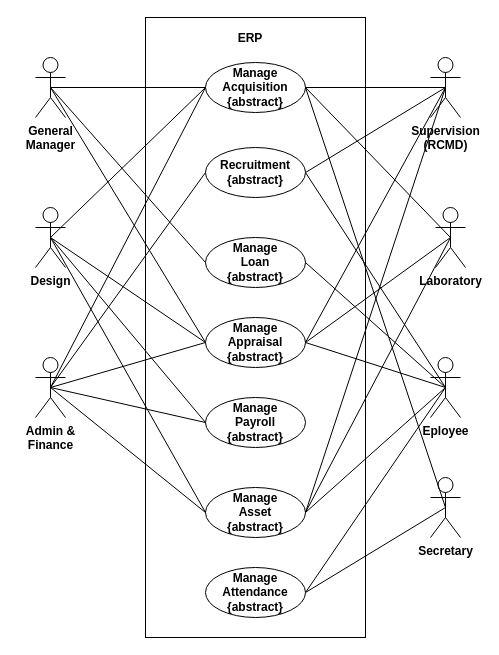
Simonbelete/odoo-modules keeps this draw.io diagram as stadia/system-documentation/usecases/top_level_usecase.drawio. Above is the earlier version. Source tidied: cells renumbered, new cells numbered last; positions are measured from the earlier drawing's top-left corner, leaving out a move shared by most shapes. Both pictures are drawn from the tidied source at 100%, with x=0, y=0 at pixel (35, 17).
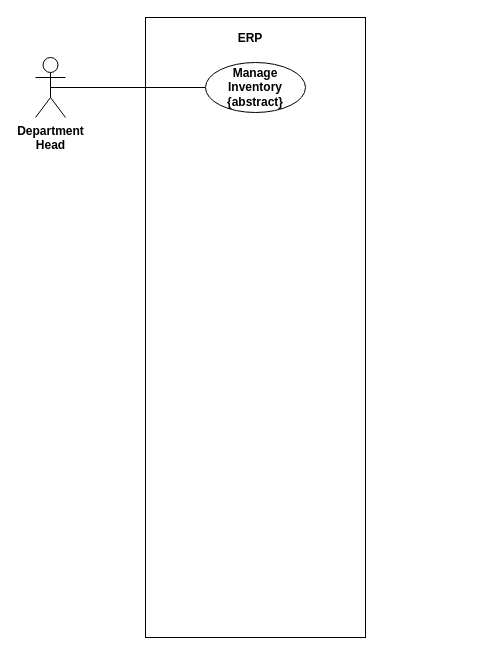
The same page after the edit.

Commit message (it also covers changes not shown here):
docs(stadia srs): manage inventory in ch2

Diff of the diagram source:
```diff
@@
-    <mxCell id="5" value="General&lt;br&gt;Manager" style="shape=umlActor;verticalLabelPosition=bottom;labelBackgroundColor=#ffffff;verticalAlign=top;html=1;outlineConnect=0;fontStyle=1;" parent="1" vertex="1">
+    <mxCell id="5" value="Department &lt;br&gt;Head" style="shape=umlActor;verticalLabelPosition=bottom;labelBackgroundColor=#ffffff;verticalAlign=top;html=1;outlineConnect=0;fontStyle=1;" parent="1" vertex="1">
       <mxGeometry y="40" width="30" height="60" as="geometry" />
     </mxCell>
-    <mxCell id="6" value="Manage Acquisition&lt;br&gt;{abstract}" style="ellipse;whiteSpace=wrap;html=1;fontStyle=1;labelBackgroundColor=none;labelBorderColor=none;" parent="1" vertex="1">
+    <mxCell id="6" value="Manage&lt;br&gt;Inventory&lt;br&gt;{abstract}" style="ellipse;whiteSpace=wrap;html=1;fontStyle=1;labelBackgroundColor=none;labelBorderColor=none;" parent="1" vertex="1">
       <mxGeometry x="170" y="45" width="100" height="50" as="geometry" />
     </mxCell>
-    <mxCell id="7" value="Supervision&lt;br&gt;(RCMD)" style="shape=umlActor;verticalLabelPosition=bottom;labelBackgroundColor=#ffffff;verticalAlign=top;html=1;outlineConnect=0;fontStyle=1;" parent="1" vertex="1">
-      <mxGeometry x="395" y="40" width="30" height="60" as="geometry" />
-    </mxCell>
-    <mxCell id="8" value="Design&lt;br&gt;" style="shape=umlActor;verticalLabelPosition=bottom;labelBackgroundColor=#ffffff;verticalAlign=top;html=1;outlineConnect=0;fontStyle=1;" parent="1" vertex="1">
-      <mxGeometry y="190" width="30" height="60" as="geometry" />
-    </mxCell>
-    <mxCell id="9" value="Laboratory" style="shape=umlActor;verticalLabelPosition=bottom;labelBackgroundColor=#ffffff;verticalAlign=top;html=1;outlineConnect=0;fontStyle=1;" parent="1" vertex="1">
-      <mxGeometry x="400" y="190" width="30" height="60" as="geometry" />
-    </mxCell>
-    <mxCell id="10" style="edgeStyle=none;jettySize=auto;html=1;exitX=0.5;exitY=0.5;exitDx=0;exitDy=0;exitPerimeter=0;endArrow=none;entryX=0;entryY=0.5;entryDx=0;entryDy=0;" parent="1" edge="1" source="8" target="6">
-      <mxGeometry relative="1" as="geometry" />
-    </mxCell>
-    <mxCell id="11" style="edgeStyle=none;jettySize=auto;html=1;exitX=0.5;exitY=0.5;exitDx=0;exitDy=0;exitPerimeter=0;endArrow=none;entryX=1;entryY=0.5;entryDx=0;entryDy=0;" parent="1" edge="1" source="9" target="6">
-      <mxGeometry relative="1" as="geometry" />
-    </mxCell>
-    <mxCell id="12" value="Admin &amp;amp;&lt;br&gt;Finance" style="shape=umlActor;verticalLabelPosition=bottom;labelBackgroundColor=#ffffff;verticalAlign=top;html=1;outlineConnect=0;fontStyle=1;" parent="1" vertex="1">
-      <mxGeometry y="340" width="30" height="60" as="geometry" />
-    </mxCell>
-    <mxCell id="13" style="edgeStyle=none;jettySize=auto;html=1;exitX=0.5;exitY=0.5;exitDx=0;exitDy=0;exitPerimeter=0;endArrow=none;entryX=0;entryY=0.5;entryDx=0;entryDy=0;" parent="1" edge="1" source="12" target="6">
-      <mxGeometry relative="1" as="geometry" />
-    </mxCell>
-    <mxCell id="14" style="edgeStyle=none;jettySize=auto;html=1;exitX=0.5;exitY=0.5;exitDx=0;exitDy=0;exitPerimeter=0;endArrow=none;entryX=1;entryY=0.5;entryDx=0;entryDy=0;" parent="1" edge="1" source="7" target="6">
-      <mxGeometry relative="1" as="geometry" />
-    </mxCell>
-    <mxCell id="15" value="Recruitment&lt;br&gt;{abstract}" style="ellipse;whiteSpace=wrap;html=1;fontStyle=1;labelBackgroundColor=none;labelBorderColor=none;" parent="1" vertex="1">
-      <mxGeometry x="170" y="130" width="100" height="50" as="geometry" />
-    </mxCell>
-    <mxCell id="16" style="edgeStyle=none;jettySize=auto;html=1;exitX=0.5;exitY=0.5;exitDx=0;exitDy=0;exitPerimeter=0;endArrow=none;entryX=0;entryY=0.5;entryDx=0;entryDy=0;" parent="1" edge="1" source="12" target="15">
-      <mxGeometry relative="1" as="geometry" />
-    </mxCell>
-    <mxCell id="17" value="Eployee" style="shape=umlActor;verticalLabelPosition=bottom;labelBackgroundColor=#ffffff;verticalAlign=top;html=1;outlineConnect=0;fontStyle=1;" parent="1" vertex="1">
-      <mxGeometry x="395" y="340" width="30" height="60" as="geometry" />
-    </mxCell>
-    <mxCell id="18" style="edgeStyle=none;jettySize=auto;html=1;exitX=0.5;exitY=0.5;exitDx=0;exitDy=0;exitPerimeter=0;endArrow=none;entryX=1;entryY=0.5;entryDx=0;entryDy=0;" parent="1" edge="1" source="17" target="15">
-      <mxGeometry relative="1" as="geometry" />
-    </mxCell>
-    <mxCell id="19" style="edgeStyle=none;jettySize=auto;html=1;exitX=0.5;exitY=0.5;exitDx=0;exitDy=0;exitPerimeter=0;endArrow=none;entryX=1;entryY=0.5;entryDx=0;entryDy=0;" parent="1" edge="1" source="7" target="15">
-      <mxGeometry relative="1" as="geometry" />
-    </mxCell>
-    <mxCell id="20" value="Manage&lt;br&gt;Loan&lt;br&gt;{abstract}" style="ellipse;whiteSpace=wrap;html=1;fontStyle=1;labelBackgroundColor=none;labelBorderColor=none;" parent="1" vertex="1">
-      <mxGeometry x="170" y="220" width="100" height="50" as="geometry" />
-    </mxCell>
-    <mxCell id="21" style="edgeStyle=none;jettySize=auto;html=1;exitX=0.5;exitY=0.5;exitDx=0;exitDy=0;exitPerimeter=0;endArrow=none;entryX=1;entryY=0.5;entryDx=0;entryDy=0;" parent="1" edge="1" source="17" target="20">
-      <mxGeometry relative="1" as="geometry" />
-    </mxCell>
-    <mxCell id="22" style="edgeStyle=none;jettySize=auto;html=1;exitX=0.5;exitY=0.5;exitDx=0;exitDy=0;exitPerimeter=0;entryX=0;entryY=0.5;entryDx=0;entryDy=0;endArrow=none;" parent="1" edge="1" source="5" target="20">
-      <mxGeometry relative="1" as="geometry" />
-    </mxCell>
-    <mxCell id="23" value="Manage&lt;br&gt;Payroll&lt;br&gt;{abstract}" style="ellipse;whiteSpace=wrap;html=1;fontStyle=1;labelBackgroundColor=none;labelBorderColor=none;" parent="1" vertex="1">
-      <mxGeometry x="170" y="380" width="100" height="50" as="geometry" />
-    </mxCell>
-    <mxCell id="24" style="edgeStyle=none;jettySize=auto;html=1;exitX=0.5;exitY=0.5;exitDx=0;exitDy=0;exitPerimeter=0;endArrow=none;entryX=0;entryY=0.5;entryDx=0;entryDy=0;" parent="1" edge="1" source="12" target="23">
-      <mxGeometry relative="1" as="geometry" />
-    </mxCell>
-    <mxCell id="25" style="edgeStyle=none;jettySize=auto;html=1;exitX=0.5;exitY=0.5;exitDx=0;exitDy=0;exitPerimeter=0;entryX=0;entryY=0.5;entryDx=0;entryDy=0;endArrow=none;" parent="1" edge="1" source="8" target="23">
-      <mxGeometry relative="1" as="geometry" />
-    </mxCell>
-    <mxCell id="26" value="Manage&lt;br&gt;Asset&lt;br&gt;{abstract}" style="ellipse;whiteSpace=wrap;html=1;fontStyle=1;labelBackgroundColor=none;labelBorderColor=none;" parent="1" vertex="1">
-      <mxGeometry x="170" y="470" width="100" height="50" as="geometry" />
-    </mxCell>
-    <mxCell id="27" style="edgeStyle=none;jettySize=auto;html=1;exitX=0.5;exitY=0.5;exitDx=0;exitDy=0;exitPerimeter=0;entryX=0;entryY=0.5;entryDx=0;entryDy=0;endArrow=none;" parent="1" edge="1" source="8" target="26">
-      <mxGeometry relative="1" as="geometry" />
-    </mxCell>
-    <mxCell id="28" style="edgeStyle=none;jettySize=auto;html=1;exitX=0.5;exitY=0.5;exitDx=0;exitDy=0;exitPerimeter=0;endArrow=none;entryX=0;entryY=0.5;entryDx=0;entryDy=0;" parent="1" edge="1" source="12" target="26">
-      <mxGeometry relative="1" as="geometry" />
-    </mxCell>
-    <mxCell id="29" style="edgeStyle=none;jettySize=auto;html=1;endArrow=none;entryX=1;entryY=0.5;entryDx=0;entryDy=0;exitX=0.5;exitY=0.5;exitDx=0;exitDy=0;exitPerimeter=0;" parent="1" edge="1" source="7" target="26">
-      <mxGeometry relative="1" as="geometry" />
-    </mxCell>
-    <mxCell id="30" style="edgeStyle=none;jettySize=auto;html=1;endArrow=none;entryX=1;entryY=0.5;entryDx=0;entryDy=0;exitX=0.5;exitY=0.5;exitDx=0;exitDy=0;exitPerimeter=0;" parent="1" edge="1" source="9" target="26">
-      <mxGeometry relative="1" as="geometry" />
-    </mxCell>
-    <mxCell id="31" style="edgeStyle=none;jettySize=auto;html=1;endArrow=none;entryX=1;entryY=0.5;entryDx=0;entryDy=0;exitX=0.5;exitY=0.5;exitDx=0;exitDy=0;exitPerimeter=0;" parent="1" edge="1" source="17" target="26">
-      <mxGeometry relative="1" as="geometry" />
-    </mxCell>
-    <mxCell id="32" value="Manage&lt;br&gt;Attendance&lt;br&gt;{abstract}" style="ellipse;whiteSpace=wrap;html=1;fontStyle=1;labelBackgroundColor=none;labelBorderColor=none;" parent="1" vertex="1">
-      <mxGeometry x="170" y="550" width="100" height="50" as="geometry" />
-    </mxCell>
-    <mxCell id="33" value="Secretary" style="shape=umlActor;verticalLabelPosition=bottom;labelBackgroundColor=#ffffff;verticalAlign=top;html=1;outlineConnect=0;fontStyle=1;" parent="1" vertex="1">
-      <mxGeometry x="395" y="460" width="30" height="60" as="geometry" />
-    </mxCell>
-    <mxCell id="34" value="Manage&lt;br&gt;Appraisal&lt;br&gt;{abstract}" style="ellipse;whiteSpace=wrap;html=1;fontStyle=1;labelBackgroundColor=none;labelBorderColor=none;" parent="1" vertex="1">
-      <mxGeometry x="170" y="300" width="100" height="50" as="geometry" />
-    </mxCell>
-    <mxCell id="35" style="edgeStyle=none;jettySize=auto;html=1;endArrow=none;entryX=1;entryY=0.5;entryDx=0;entryDy=0;exitX=0.5;exitY=0.5;exitDx=0;exitDy=0;exitPerimeter=0;" parent="1" edge="1" source="17" target="32">
-      <mxGeometry relative="1" as="geometry" />
-    </mxCell>
-    <mxCell id="36" style="edgeStyle=none;jettySize=auto;html=1;endArrow=none;entryX=1;entryY=0.5;entryDx=0;entryDy=0;exitX=0.5;exitY=0.5;exitDx=0;exitDy=0;exitPerimeter=0;" parent="1" edge="1" source="33" target="32">
-      <mxGeometry relative="1" as="geometry" />
-    </mxCell>
-    <mxCell id="37" style="edgeStyle=none;jettySize=auto;html=1;endArrow=none;entryX=1;entryY=0.5;entryDx=0;entryDy=0;exitX=0.5;exitY=0.5;exitDx=0;exitDy=0;exitPerimeter=0;" parent="1" edge="1" source="33" target="6">
-      <mxGeometry relative="1" as="geometry" />
-    </mxCell>
-    <mxCell id="38" style="edgeStyle=none;jettySize=auto;html=1;exitX=0.5;exitY=0.5;exitDx=0;exitDy=0;exitPerimeter=0;entryX=0;entryY=0.5;entryDx=0;entryDy=0;endArrow=none;" parent="1" edge="1" source="5" target="34">
-      <mxGeometry relative="1" as="geometry" />
-    </mxCell>
-    <mxCell id="39" style="edgeStyle=none;jettySize=auto;html=1;exitX=0.5;exitY=0.5;exitDx=0;exitDy=0;exitPerimeter=0;entryX=0;entryY=0.5;entryDx=0;entryDy=0;endArrow=none;" parent="1" edge="1" source="8" target="34">
-      <mxGeometry relative="1" as="geometry" />
-    </mxCell>
-    <mxCell id="40" style="edgeStyle=none;jettySize=auto;html=1;exitX=0.5;exitY=0.5;exitDx=0;exitDy=0;exitPerimeter=0;entryX=0;entryY=0.5;entryDx=0;entryDy=0;endArrow=none;" parent="1" edge="1" source="12" target="34">
-      <mxGeometry relative="1" as="geometry" />
-    </mxCell>
-    <mxCell id="41" style="edgeStyle=none;jettySize=auto;html=1;endArrow=none;entryX=1;entryY=0.5;entryDx=0;entryDy=0;exitX=0.5;exitY=0.5;exitDx=0;exitDy=0;exitPerimeter=0;" parent="1" edge="1" source="7" target="34">
-      <mxGeometry relative="1" as="geometry" />
-    </mxCell>
-    <mxCell id="42" style="edgeStyle=none;jettySize=auto;html=1;endArrow=none;entryX=1;entryY=0.5;entryDx=0;entryDy=0;exitX=0.5;exitY=0.5;exitDx=0;exitDy=0;exitPerimeter=0;" parent="1" edge="1" source="9" target="34">
-      <mxGeometry relative="1" as="geometry" />
-    </mxCell>
-    <mxCell id="43" style="edgeStyle=none;jettySize=auto;html=1;endArrow=none;entryX=1;entryY=0.5;entryDx=0;entryDy=0;exitX=0.5;exitY=0.5;exitDx=0;exitDy=0;exitPerimeter=0;" parent="1" edge="1" source="17" target="34">
-      <mxGeometry relative="1" as="geometry" />
-    </mxCell>
```
